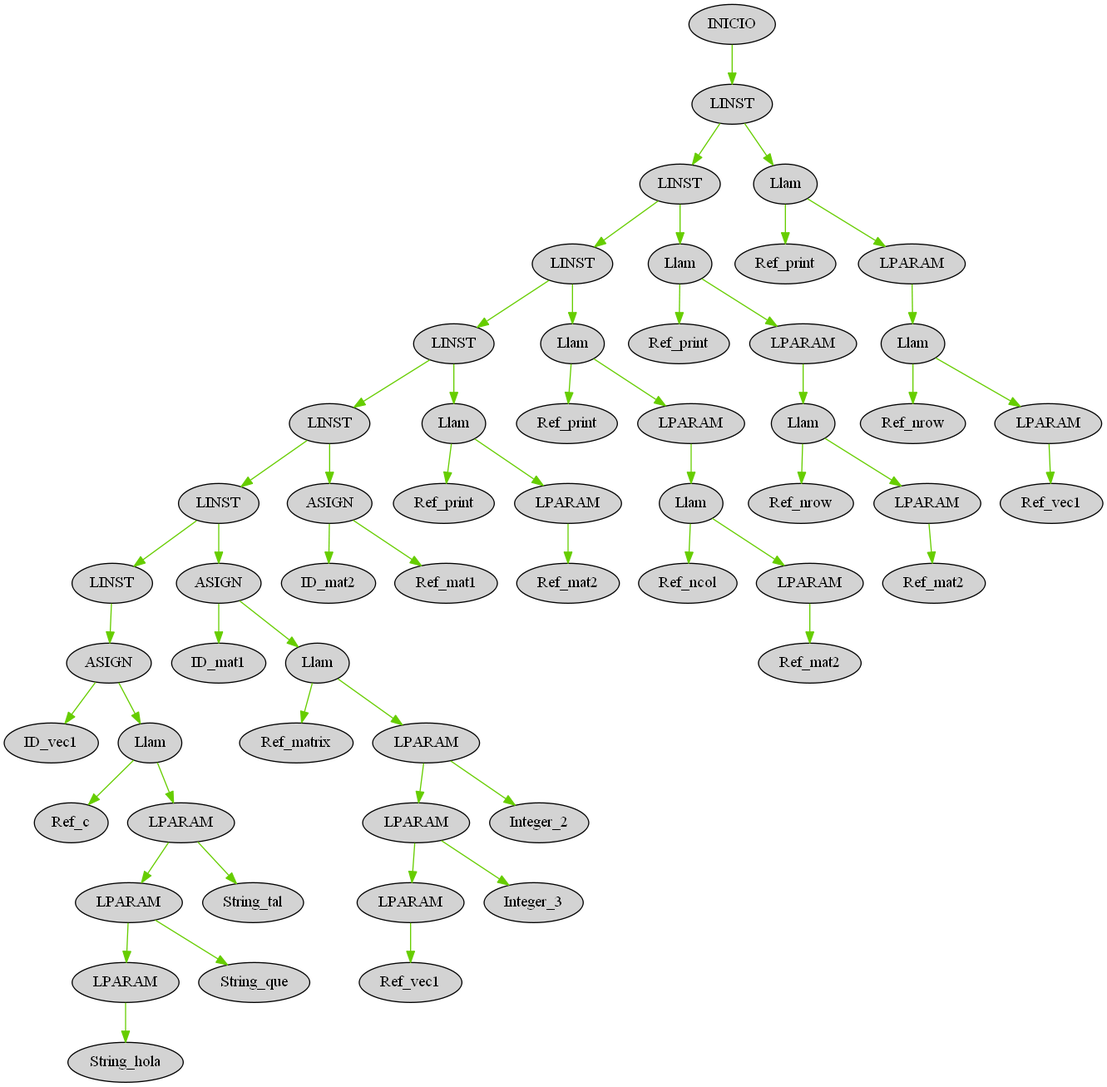
Above: OLC2P12020/AST_proyecto.png in ElmerAlay/OLC21P2020 (Graphviz), before the change. Its source is kept beside it as OLC2P12020/AST_proyecto.dot.
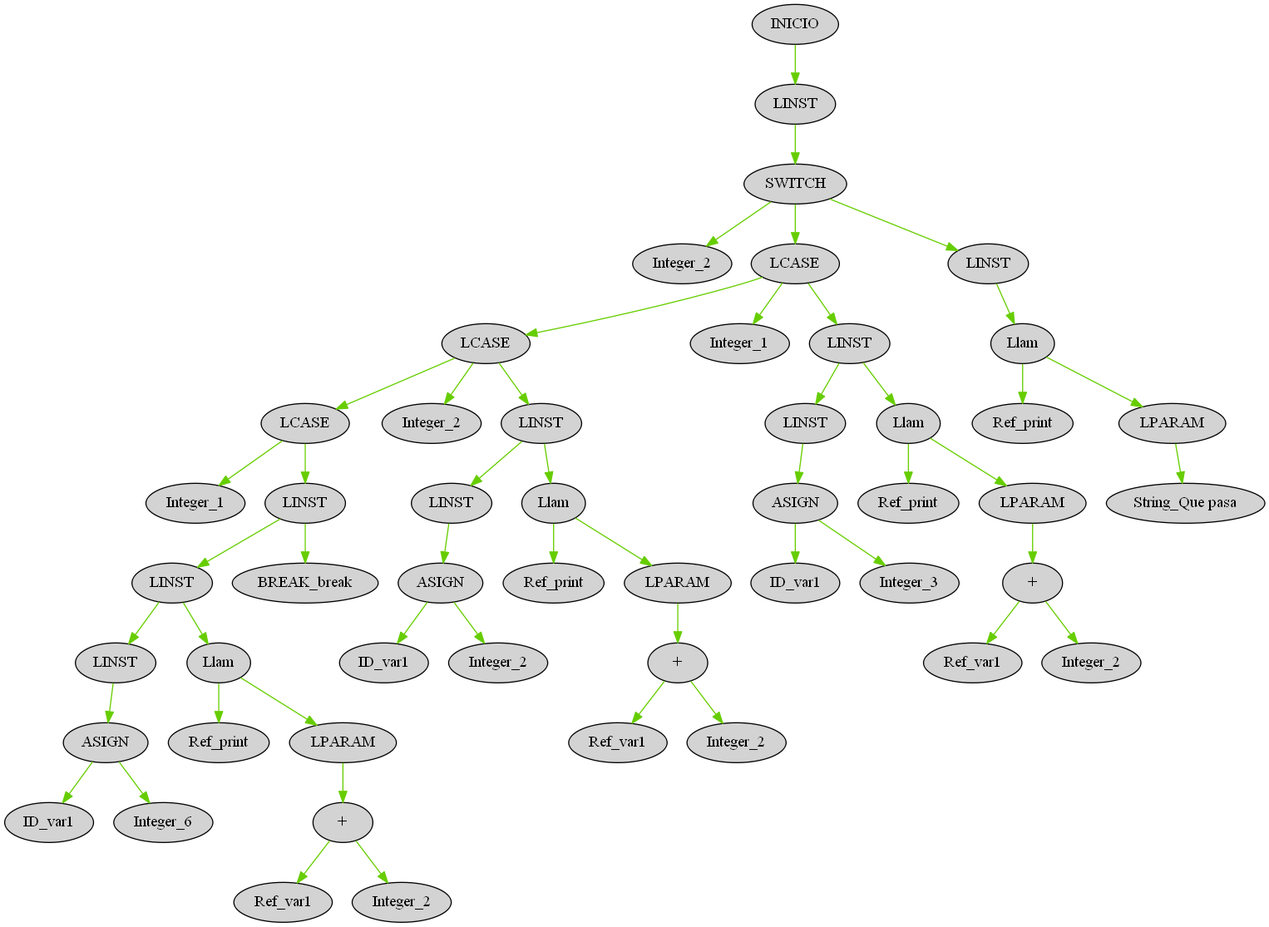
The same diagram one commit later.

Diff of the diagram source:
```diff
@@ -1,169 +1,151 @@
 digraph G { node[shape=oval, style=filled, collor=coral]; edge[color=chartreuse3]; rankdir=UD
 
-"143" [label="INICIO"]
-"142" [label="LINST"]
-"143" -> "142"
-"142" [label="LINST"]
-"134" [label="LINST"]
-"142" -> "134"
-"134" [label="LINST"]
-"126" [label="LINST"]
-"134" -> "126"
-"126" [label="LINST"]
-"118" [label="LINST"]
-"126" -> "118"
-"118" [label="LINST"]
-"113" [label="LINST"]
-"118" -> "113"
-"113" [label="LINST"]
-"109" [label="LINST"]
-"113" -> "109"
-"109" [label="LINST"]
-"98" [label="LINST"]
-"109" -> "98"
-"98" [label="LINST"]
-"97" [label="ASIGN"]
-"98" -> "97"
-"97" [label="ASIGN"]
-"96" [label="ID_vec1"]
-"97" -> "96"
-"97" [label="ASIGN"]
-"95" [label="Llam"]
-"97" -> "95"
-"95" [label="Llam"]
-"94" [label="Ref_c"]
-"95" -> "94"
-"95" [label="Llam"]
-"93" [label="LPARAM"]
-"95" -> "93"
-"93" [label="LPARAM"]
-"91" [label="LPARAM"]
-"93" -> "91"
-"91" [label="LPARAM"]
-"89" [label="LPARAM"]
-"91" -> "89"
-"89" [label="LPARAM"]
-"88" [label="String_hola"]
-"89" -> "88"
-"91" [label="LPARAM"]
-"90" [label="String_que"]
-"91" -> "90"
-"93" [label="LPARAM"]
-"92" [label="String_tal"]
-"93" -> "92"
-"109" [label="LINST"]
-"108" [label="ASIGN"]
-"109" -> "108"
-"108" [label="ASIGN"]
-"107" [label="ID_mat1"]
-"108" -> "107"
-"108" [label="ASIGN"]
-"106" [label="Llam"]
-"108" -> "106"
-"106" [label="Llam"]
-"105" [label="Ref_matrix"]
-"106" -> "105"
-"106" [label="Llam"]
-"104" [label="LPARAM"]
-"106" -> "104"
-"104" [label="LPARAM"]
-"102" [label="LPARAM"]
-"104" -> "102"
-"102" [label="LPARAM"]
-"100" [label="LPARAM"]
-"102" -> "100"
-"100" [label="LPARAM"]
-"99" [label="Ref_vec1"]
-"100" -> "99"
-"102" [label="LPARAM"]
-"101" [label="Integer_3"]
-"102" -> "101"
-"104" [label="LPARAM"]
-"103" [label="Integer_2"]
-"104" -> "103"
-"113" [label="LINST"]
-"112" [label="ASIGN"]
-"113" -> "112"
-"112" [label="ASIGN"]
-"111" [label="ID_mat2"]
-"112" -> "111"
-"112" [label="ASIGN"]
-"110" [label="Ref_mat1"]
-"112" -> "110"
-"118" [label="LINST"]
-"117" [label="Llam"]
-"118" -> "117"
-"117" [label="Llam"]
-"116" [label="Ref_print"]
-"117" -> "116"
-"117" [label="Llam"]
-"115" [label="LPARAM"]
-"117" -> "115"
-"115" [label="LPARAM"]
-"114" [label="Ref_mat2"]
-"115" -> "114"
-"126" [label="LINST"]
-"125" [label="Llam"]
-"126" -> "125"
-"125" [label="Llam"]
-"124" [label="Ref_print"]
-"125" -> "124"
-"125" [label="Llam"]
-"123" [label="LPARAM"]
-"125" -> "123"
-"123" [label="LPARAM"]
-"122" [label="Llam"]
-"123" -> "122"
-"122" [label="Llam"]
-"121" [label="Ref_ncol"]
-"122" -> "121"
-"122" [label="Llam"]
-"120" [label="LPARAM"]
-"122" -> "120"
-"120" [label="LPARAM"]
-"119" [label="Ref_mat2"]
-"120" -> "119"
-"134" [label="LINST"]
-"133" [label="Llam"]
-"134" -> "133"
-"133" [label="Llam"]
-"132" [label="Ref_print"]
-"133" -> "132"
-"133" [label="Llam"]
-"131" [label="LPARAM"]
-"133" -> "131"
-"131" [label="LPARAM"]
-"130" [label="Llam"]
-"131" -> "130"
-"130" [label="Llam"]
-"129" [label="Ref_nrow"]
-"130" -> "129"
-"130" [label="Llam"]
-"128" [label="LPARAM"]
-"130" -> "128"
-"128" [label="LPARAM"]
-"127" [label="Ref_mat2"]
-"128" -> "127"
-"142" [label="LINST"]
-"141" [label="Llam"]
-"142" -> "141"
-"141" [label="Llam"]
-"140" [label="Ref_print"]
-"141" -> "140"
-"141" [label="Llam"]
-"139" [label="LPARAM"]
-"141" -> "139"
-"139" [label="LPARAM"]
-"138" [label="Llam"]
-"139" -> "138"
-"138" [label="Llam"]
-"137" [label="Ref_nrow"]
-"138" -> "137"
-"138" [label="Llam"]
-"136" [label="LPARAM"]
-"138" -> "136"
-"136" [label="LPARAM"]
-"135" [label="Ref_vec1"]
-"136" -> "135"
+"197" [label="INICIO"]
+"196" [label="LINST"]
+"197" -> "196"
+"196" [label="LINST"]
+"195" [label="SWITCH"]
+"196" -> "195"
+"195" [label="SWITCH"]
+"148" [label="Integer_2"]
+"195" -> "148"
+"195" [label="SWITCH"]
+"189" [label="LCASE"]
+"195" -> "189"
+"189" [label="LCASE"]
+"176" [label="LCASE"]
+"189" -> "176"
+"176" [label="LCASE"]
+"163" [label="LCASE"]
+"176" -> "163"
+"163" [label="LCASE"]
+"149" [label="Integer_1"]
+"163" -> "149"
+"163" [label="LCASE"]
+"162" [label="LINST"]
+"163" -> "162"
+"162" [label="LINST"]
+"160" [label="LINST"]
+"162" -> "160"
+"160" [label="LINST"]
+"153" [label="LINST"]
+"160" -> "153"
+"153" [label="LINST"]
+"152" [label="ASIGN"]
+"153" -> "152"
+"152" [label="ASIGN"]
+"151" [label="ID_var1"]
+"152" -> "151"
+"152" [label="ASIGN"]
+"150" [label="Integer_6"]
+"152" -> "150"
+"160" [label="LINST"]
+"159" [label="Llam"]
+"160" -> "159"
+"159" [label="Llam"]
+"158" [label="Ref_print"]
+"159" -> "158"
+"159" [label="Llam"]
+"157" [label="LPARAM"]
+"159" -> "157"
+"157" [label="LPARAM"]
+"156" [label="+"]
+"157" -> "156"
+"156" [label="+"]
+"154" [label="Ref_var1"]
+"156" -> "154"
+"156" [label="+"]
+"155" [label="Integer_2"]
+"156" -> "155"
+"162" [label="LINST"]
+"161" [label="BREAK_break"]
+"162" -> "161"
+"176" [label="LCASE"]
+"164" [label="Integer_2"]
+"176" -> "164"
+"176" [label="LCASE"]
+"175" [label="LINST"]
+"176" -> "175"
+"175" [label="LINST"]
+"168" [label="LINST"]
+"175" -> "168"
+"168" [label="LINST"]
+"167" [label="ASIGN"]
+"168" -> "167"
+"167" [label="ASIGN"]
+"166" [label="ID_var1"]
+"167" -> "166"
+"167" [label="ASIGN"]
+"165" [label="Integer_2"]
+"167" -> "165"
+"175" [label="LINST"]
+"174" [label="Llam"]
+"175" -> "174"
+"174" [label="Llam"]
+"173" [label="Ref_print"]
+"174" -> "173"
+"174" [label="Llam"]
+"172" [label="LPARAM"]
+"174" -> "172"
+"172" [label="LPARAM"]
+"171" [label="+"]
+"172" -> "171"
+"171" [label="+"]
+"169" [label="Ref_var1"]
+"171" -> "169"
+"171" [label="+"]
+"170" [label="Integer_2"]
+"171" -> "170"
+"189" [label="LCASE"]
+"177" [label="Integer_1"]
+"189" -> "177"
+"189" [label="LCASE"]
+"188" [label="LINST"]
+"189" -> "188"
+"188" [label="LINST"]
+"181" [label="LINST"]
+"188" -> "181"
+"181" [label="LINST"]
+"180" [label="ASIGN"]
+"181" -> "180"
+"180" [label="ASIGN"]
+"179" [label="ID_var1"]
+"180" -> "179"
+"180" [label="ASIGN"]
+"178" [label="Integer_3"]
+"180" -> "178"
+"188" [label="LINST"]
+"187" [label="Llam"]
+"188" -> "187"
+"187" [label="Llam"]
+"186" [label="Ref_print"]
+"187" -> "186"
+"187" [label="Llam"]
+"185" [label="LPARAM"]
+"187" -> "185"
+"185" [label="LPARAM"]
+"184" [label="+"]
+"185" -> "184"
+"184" [label="+"]
+"182" [label="Ref_var1"]
+"184" -> "182"
+"184" [label="+"]
+"183" [label="Integer_2"]
+"184" -> "183"
+"195" [label="SWITCH"]
+"194" [label="LINST"]
+"195" -> "194"
+"194" [label="LINST"]
+"193" [label="Llam"]
+"194" -> "193"
+"193" [label="Llam"]
+"192" [label="Ref_print"]
+"193" -> "192"
+"193" [label="Llam"]
+"191" [label="LPARAM"]
+"193" -> "191"
+"191" [label="LPARAM"]
+"190" [label="String_Que pasa"]
+"191" -> "190"
 
 }
```
